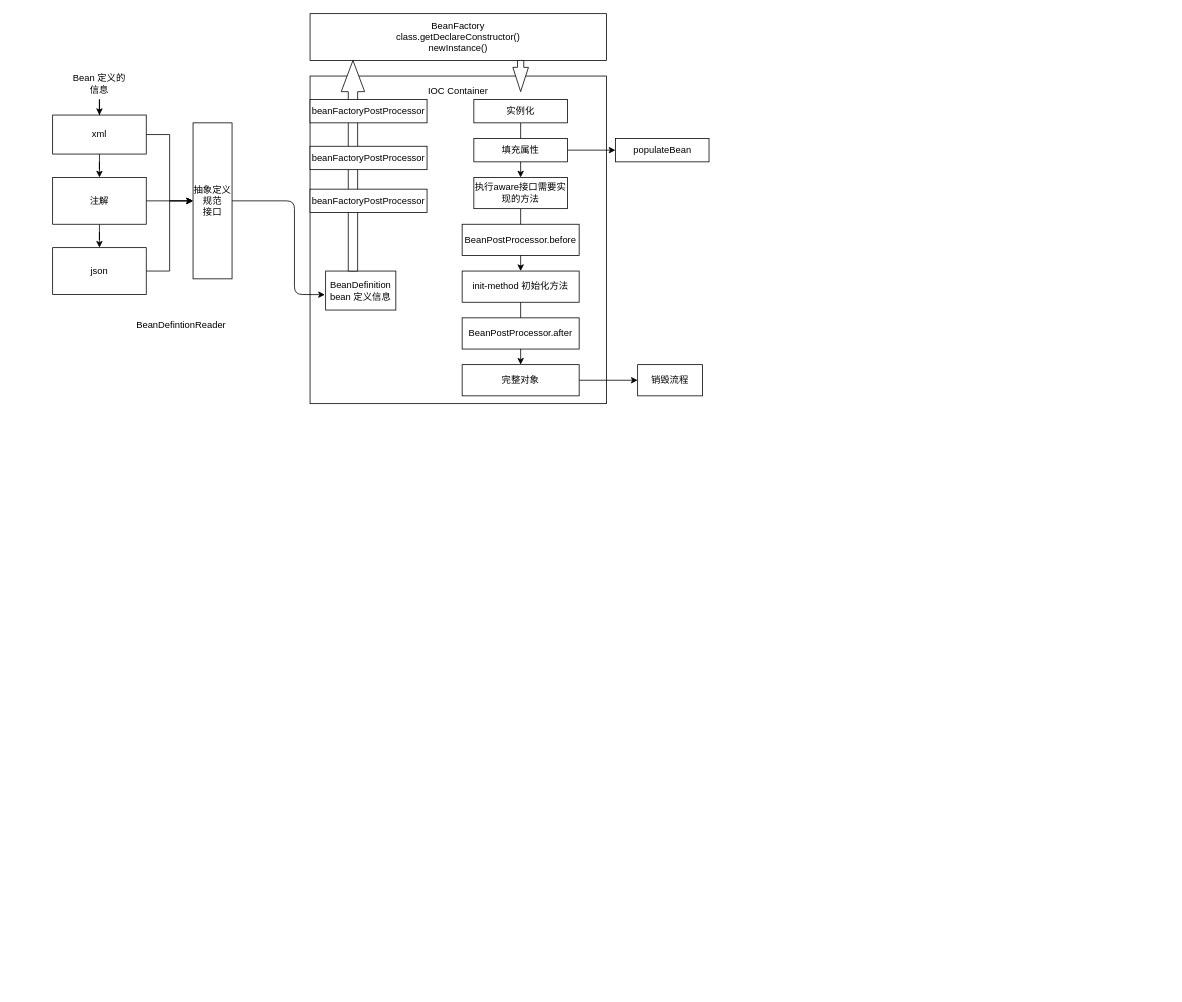
Sean0516/OboutInterview keeps this draw.io diagram as 后端/draw/SpringIoc流程图.drawio. Above is the earlier version. Source tidied: cells renumbered, new cells numbered last; positions are measured from the earlier drawing's top-left corner, leaving out a move shared by most shapes. Both pictures are drawn from the tidied source at 78%, with x=0, y=0 at pixel (52, 13).
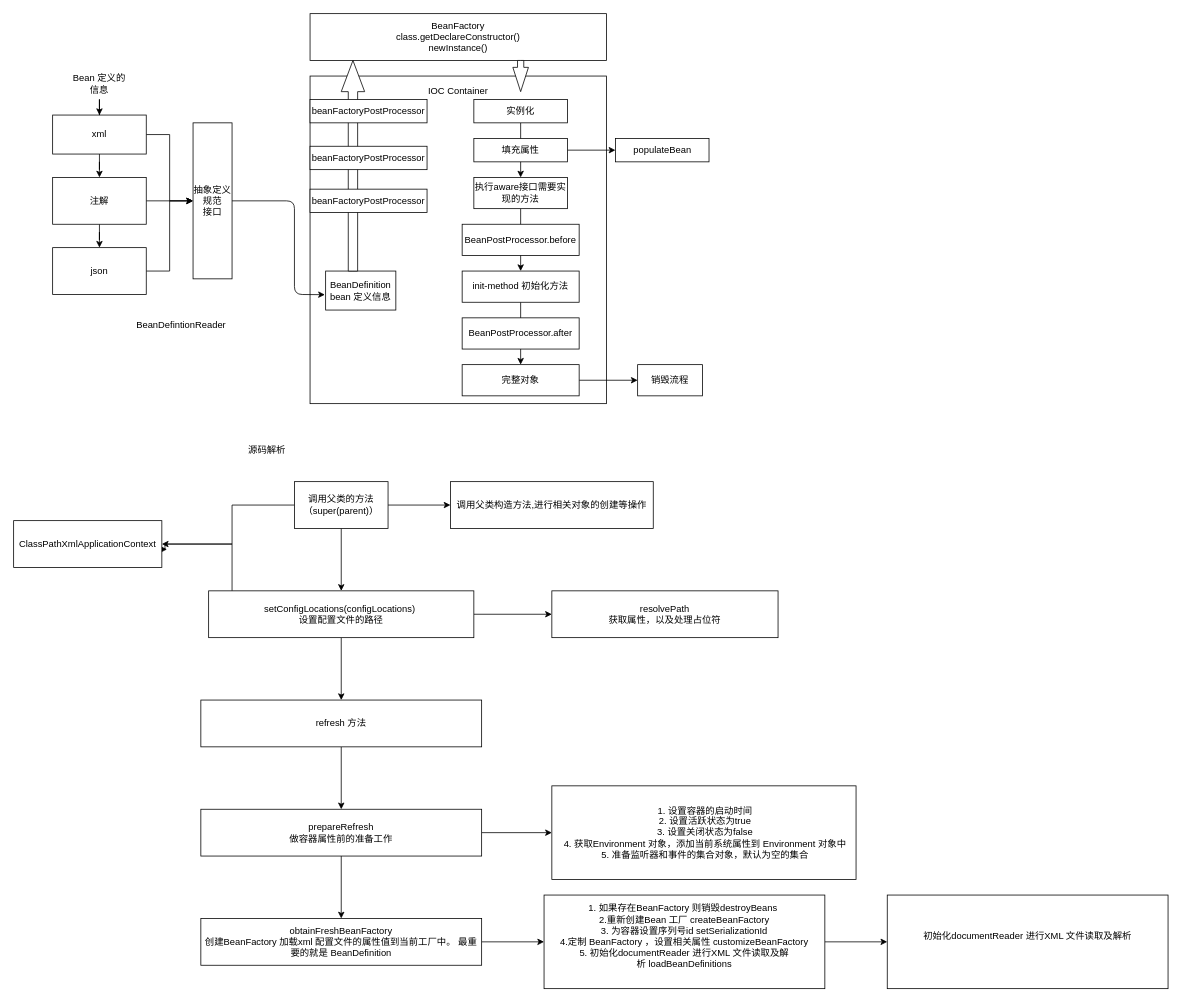
Above is the later version.

Commit message:
ioc  refresh 流程图

Change to the diagram source:
```diff
@@
+    <mxCell id="38" style="edgeStyle=orthogonalEdgeStyle;rounded=0;jettySize=auto;html=1;" parent="1" edge="1" source="41" target="42">
+      <mxGeometry relative="1" as="geometry" />
+    </mxCell>
+    <mxCell id="39" style="edgeStyle=orthogonalEdgeStyle;rounded=0;jettySize=auto;html=1;" parent="1" edge="1" source="41" target="47">
+      <mxGeometry relative="1" as="geometry" />
+    </mxCell>
+    <mxCell id="40" style="edgeStyle=orthogonalEdgeStyle;rounded=0;jettySize=auto;html=1;" parent="1" edge="1" source="41" target="49">
+      <mxGeometry relative="1" as="geometry">
+        <Array as="points">
+          <mxPoint x="230" y="630" />
+          <mxPoint x="230" y="680" />
+        </Array>
+      </mxGeometry>
+    </mxCell>
+    <mxCell id="41" value="调用父类的方法（super(parent)）" style="rounded=0;whiteSpace=wrap;html=1;" parent="1" vertex="1">
+      <mxGeometry x="310" y="600" width="120" height="60" as="geometry" />
+    </mxCell>
+    <mxCell id="42" value="调用父类构造方法,进行相关对象的创建等操作" style="whiteSpace=wrap;html=1;rounded=0;" parent="1" vertex="1">
+      <mxGeometry x="510" y="600" width="260" height="60" as="geometry" />
+    </mxCell>
+    <mxCell id="43" value="源码解析" style="text;html=1;strokeColor=none;fillColor=none;align=center;verticalAlign=middle;whiteSpace=wrap;rounded=0;" parent="1" vertex="1">
+      <mxGeometry x="210" y="550" width="130" height="20" as="geometry" />
+    </mxCell>
+    <mxCell id="44" style="edgeStyle=orthogonalEdgeStyle;rounded=0;jettySize=auto;html=1;" parent="1" edge="1" source="47" target="48">
+      <mxGeometry relative="1" as="geometry" />
+    </mxCell>
+    <mxCell id="45" style="edgeStyle=orthogonalEdgeStyle;rounded=0;jettySize=auto;html=1;entryX=1.035;entryY=0.613;entryDx=0;entryDy=0;entryPerimeter=0;" parent="1" edge="1" source="47" target="49">
+      <mxGeometry relative="1" as="geometry">
+        <Array as="points">
+          <mxPoint x="230" y="680" />
+          <mxPoint x="144" y="680" />
+        </Array>
+      </mxGeometry>
+    </mxCell>
+    <mxCell id="46" style="edgeStyle=orthogonalEdgeStyle;rounded=0;jettySize=auto;html=1;" parent="1" edge="1" source="47" target="51">
+      <mxGeometry relative="1" as="geometry" />
+    </mxCell>
+    <mxCell id="47" value="setConfigLocations(configLocations)&amp;nbsp;&lt;br&gt;设置配置文件的路径" style="whiteSpace=wrap;html=1;rounded=0;" parent="1" vertex="1">
+      <mxGeometry x="200" y="740" width="340" height="60" as="geometry" />
+    </mxCell>
+    <mxCell id="48" value="resolvePath&lt;br&gt;获取属性，以及处理占位符" style="whiteSpace=wrap;html=1;rounded=0;" parent="1" vertex="1">
+      <mxGeometry x="640" y="740" width="290" height="60" as="geometry" />
+    </mxCell>
+    <mxCell id="49" value="ClassPathXmlApplicationContext" style="whiteSpace=wrap;html=1;rounded=0;" parent="1" vertex="1">
+      <mxGeometry x="-50" y="650" width="190" height="60" as="geometry" />
+    </mxCell>
+    <mxCell id="50" style="edgeStyle=orthogonalEdgeStyle;rounded=0;jettySize=auto;html=1;" parent="1" edge="1" source="51" target="54">
+      <mxGeometry relative="1" as="geometry" />
+    </mxCell>
+    <mxCell id="51" value="refresh 方法" style="whiteSpace=wrap;html=1;rounded=0;" parent="1" vertex="1">
+      <mxGeometry x="190" y="880" width="360" height="60" as="geometry" />
+    </mxCell>
+    <mxCell id="52" style="edgeStyle=orthogonalEdgeStyle;rounded=0;jettySize=auto;html=1;" parent="1" edge="1" source="54" target="55">
+      <mxGeometry relative="1" as="geometry" />
+    </mxCell>
+    <mxCell id="53" style="edgeStyle=orthogonalEdgeStyle;rounded=0;jettySize=auto;html=1;" parent="1" edge="1" source="54" target="57">
+      <mxGeometry relative="1" as="geometry" />
+    </mxCell>
+    <mxCell id="54" value="prepareRefresh&lt;br&gt;做容器属性前的准备工作" style="whiteSpace=wrap;html=1;rounded=0;" parent="1" vertex="1">
+      <mxGeometry x="190" y="1020" width="360" height="60" as="geometry" />
+    </mxCell>
+    <mxCell id="55" value="&lt;div&gt;&amp;nbsp;1. 设置容器的启动时间&lt;/div&gt;&lt;div&gt;&amp;nbsp;2. 设置活跃状态为true&lt;/div&gt;&lt;div&gt;&amp;nbsp;3. 设置关闭状态为false&lt;/div&gt;&lt;div&gt;&amp;nbsp;4. 获取Environment 对象，添加当前系统属性到 Environment 对象中&lt;/div&gt;&lt;div&gt;&amp;nbsp;5. 准备监听器和事件的集合对象，默认为空的集合&lt;/div&gt;" style="whiteSpace=wrap;html=1;rounded=0;" parent="1" vertex="1">
+      <mxGeometry x="640" y="990" width="390" height="120" as="geometry" />
+    </mxCell>
+    <mxCell id="56" style="edgeStyle=orthogonalEdgeStyle;rounded=0;jettySize=auto;html=1;" parent="1" edge="1" source="57" target="59">
+      <mxGeometry relative="1" as="geometry" />
+    </mxCell>
+    <mxCell id="57" value="obtainFreshBeanFactory&lt;br&gt;创建BeanFactory 加载xml 配置文件的属性值到当前工厂中。 最重要的就是 BeanDefinition" style="whiteSpace=wrap;html=1;rounded=0;" parent="1" vertex="1">
+      <mxGeometry x="190" y="1160" width="360" height="60" as="geometry" />
+    </mxCell>
+    <mxCell id="58" style="edgeStyle=orthogonalEdgeStyle;rounded=0;jettySize=auto;html=1;" parent="1" edge="1" source="59" target="60">
+      <mxGeometry relative="1" as="geometry" />
+    </mxCell>
+    <mxCell id="59" value="1. 如果存在BeanFactory 则销毁destroyBeans&amp;nbsp;&lt;br&gt;2.重新创建Bean 工厂&amp;nbsp;createBeanFactory&lt;br&gt;3.&amp;nbsp;为容器设置序列号id&amp;nbsp;setSerializationId&lt;br&gt;4.定制 BeanFactory ，设置相关属性&amp;nbsp;customizeBeanFactory&lt;br&gt;5.&amp;nbsp;初始化documentReader 进行XML 文件读取及解析&amp;nbsp;loadBeanDefinitions&lt;br&gt;&amp;nbsp;" style="whiteSpace=wrap;html=1;rounded=0;" parent="1" vertex="1">
+      <mxGeometry x="630" y="1130" width="360" height="120" as="geometry" />
+    </mxCell>
+    <mxCell id="60" value="初始化documentReader 进行XML 文件读取及解析&lt;br&gt;&amp;nbsp;" style="whiteSpace=wrap;html=1;rounded=0;" parent="1" vertex="1">
+      <mxGeometry x="1070" y="1130" width="360" height="120" as="geometry" />
+    </mxCell>
```
